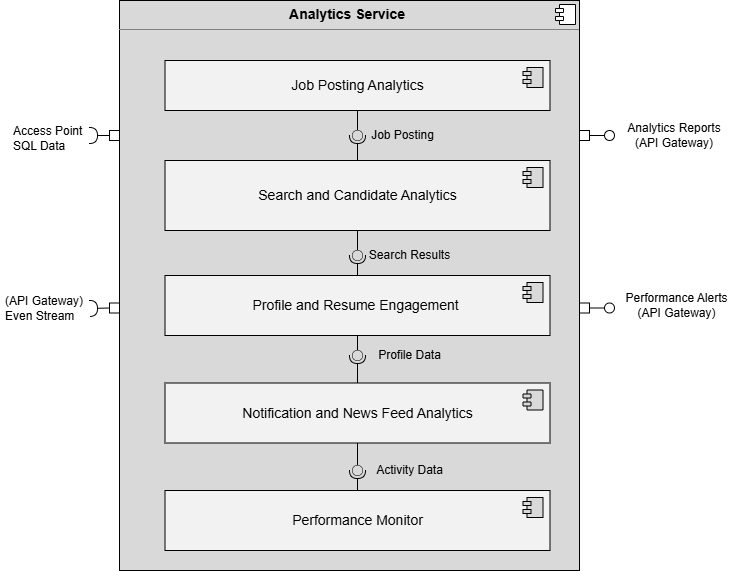
JmmonJeremy/CareerBound-SDD keeps this draw.io diagram as 04_QA_Review/Approved/Milestone_1_Component_Diagram/T5_Final_Subdiagram_AnalyticsService_Component.drawio.png. Above is the earlier version. Source tidied: cells renumbered, new cells last; positions are measured from the earlier drawing's top-left corner, leaving out a move shared by most shapes. Its diagram source:
```xml
<mxGraphModel>
  <root>
    <mxCell id="0" />
    <mxCell id="1" parent="0" />
    <mxCell id="2" style="ellipse;whiteSpace=wrap;html=1;align=center;fillColor=none;strokeColor=none;perimeter=centerPerimeter;" parent="1" vertex="1">
      <mxGeometry x="335" y="350" width="10" height="10" as="geometry" />
    </mxCell>
    <mxCell id="3" value="&lt;p style=&quot;margin:0px;margin-top:6px;text-align:center;&quot;&gt;&lt;b&gt;&lt;font style=&quot;font-size: 14px;&quot;&gt;Analytics Service&amp;nbsp;&lt;/font&gt;&lt;/b&gt;&lt;/p&gt;&lt;hr size=&quot;1&quot; style=&quot;border-style:solid;&quot;&gt;&lt;p style=&quot;margin:0px;margin-left:8px;&quot;&gt;&lt;br&gt;&lt;/p&gt;" style="align=left;overflow=fill;html=1;whiteSpace=wrap;fillColor=#D9D9D9;" parent="1" vertex="1">
      <mxGeometry x="120" width="460" height="570" as="geometry" />
    </mxCell>
    <mxCell id="4" style="shape=component;jettyWidth=8;jettyHeight=4;" parent="3" vertex="1">
      <mxGeometry x="1" width="20" height="20" relative="1" as="geometry">
        <mxPoint x="-24" y="4" as="offset" />
      </mxGeometry>
    </mxCell>
    <mxCell id="5" value="&lt;font style=&quot;font-size: 14px;&quot;&gt;Job Posting Analytics&lt;/font&gt;" style="html=1;whiteSpace=wrap;fillColor=#F2F2F2;" parent="1" vertex="1">
      <mxGeometry x="165.5" y="60" width="385" height="50" as="geometry" />
    </mxCell>
    <mxCell id="6" style="shape=module;jettyWidth=8;jettyHeight=4;fillColor=#D9D9D9;" parent="5" vertex="1">
      <mxGeometry x="1" width="20" height="20" relative="1" as="geometry">
        <mxPoint x="-27" y="7" as="offset" />
      </mxGeometry>
    </mxCell>
    <mxCell id="7" value="&lt;font style=&quot;font-size: 14px;&quot;&gt;Search and Candidate Analytics&lt;/font&gt;" style="html=1;whiteSpace=wrap;fillColor=#F2F2F2;" parent="1" vertex="1">
      <mxGeometry x="165.5" y="160" width="385" height="70" as="geometry" />
    </mxCell>
    <mxCell id="8" style="shape=module;jettyWidth=8;jettyHeight=4;fillColor=#D9D9D9;" parent="7" vertex="1">
      <mxGeometry x="1" width="20" height="20" relative="1" as="geometry">
        <mxPoint x="-27" y="7" as="offset" />
      </mxGeometry>
    </mxCell>
    <mxCell id="9" value="&lt;font style=&quot;font-size: 14px;&quot;&gt;Profile and Resume Engagement&amp;nbsp;&lt;/font&gt;" style="html=1;whiteSpace=wrap;fillColor=#F2F2F2;" parent="1" vertex="1">
      <mxGeometry x="165.5" y="275" width="385" height="60" as="geometry" />
    </mxCell>
    <mxCell id="10" style="shape=module;jettyWidth=8;jettyHeight=4;fillColor=#D9D9D9;" parent="9" vertex="1">
      <mxGeometry x="1" width="20" height="20" relative="1" as="geometry">
        <mxPoint x="-27" y="7" as="offset" />
      </mxGeometry>
    </mxCell>
    <mxCell id="11" value="&lt;font style=&quot;font-size: 14px;&quot;&gt;Notification and News Feed Analytics&lt;/font&gt;" style="html=1;whiteSpace=wrap;fillColor=#F2F2F2;" parent="1" vertex="1">
      <mxGeometry x="165.5" y="382.5" width="385" height="60" as="geometry" />
    </mxCell>
    <mxCell id="12" style="shape=module;jettyWidth=8;jettyHeight=4;fillColor=#D9D9D9;" parent="11" vertex="1">
      <mxGeometry x="1" width="20" height="20" relative="1" as="geometry">
        <mxPoint x="-27" y="7" as="offset" />
      </mxGeometry>
    </mxCell>
    <mxCell id="13" value="&lt;font style=&quot;font-size: 14px;&quot;&gt;Performance Monitor&lt;/font&gt;" style="html=1;whiteSpace=wrap;fillColor=#F2F2F2;" parent="1" vertex="1">
      <mxGeometry x="165.5" y="490" width="385" height="60" as="geometry" />
    </mxCell>
    <mxCell id="14" style="shape=module;jettyWidth=8;jettyHeight=4;fillColor=#D9D9D9;" parent="13" vertex="1">
      <mxGeometry x="1" width="20" height="20" relative="1" as="geometry">
        <mxPoint x="-27" y="7" as="offset" />
      </mxGeometry>
    </mxCell>
    <mxCell id="15" style="rounded=0;jettySize=auto;html=1;endArrow=halfCircle;endFill=0;endSize=6;strokeWidth=1;sketch=0;fontSize=12;curved=1;exitX=0;exitY=0.5;exitDx=0;exitDy=0;" parent="1" edge="1" source="26">
      <mxGeometry relative="1" as="geometry">
        <mxPoint x="90" y="135" as="targetPoint" />
      </mxGeometry>
    </mxCell>
    <mxCell id="16" style="rounded=0;jettySize=auto;html=1;endArrow=halfCircle;endFill=0;endSize=6;strokeWidth=1;sketch=0;fontSize=12;curved=1;exitX=0;exitY=0.5;exitDx=0;exitDy=0;" parent="1" edge="1" source="27">
      <mxGeometry relative="1" as="geometry">
        <mxPoint x="90" y="308" as="targetPoint" />
      </mxGeometry>
    </mxCell>
    <mxCell id="17" value="Access Point&amp;nbsp;&lt;div&gt;SQL Data&lt;/div&gt;" style="text;strokeColor=none;fillColor=none;align=left;verticalAlign=middle;spacingLeft=4;spacingRight=4;overflow=hidden;whiteSpace=wrap;html=1;" parent="1" vertex="1">
      <mxGeometry x="8" y="110" width="90" height="55" as="geometry" />
    </mxCell>
    <mxCell id="18" value="(API Gateway)&lt;div&gt;Even Stream&lt;/div&gt;" style="text;strokeColor=none;fillColor=none;align=left;verticalAlign=middle;spacingLeft=4;spacingRight=4;overflow=hidden;whiteSpace=wrap;html=1;" parent="1" vertex="1">
      <mxGeometry y="280" width="90" height="55" as="geometry" />
    </mxCell>
    <mxCell id="19" style="rounded=0;whiteSpace=wrap;html=1;" parent="1" vertex="1">
      <mxGeometry x="580" y="130" width="10" height="10" as="geometry" />
    </mxCell>
    <mxCell id="20" style="rounded=0;whiteSpace=wrap;html=1;" parent="1" vertex="1">
      <mxGeometry x="580" y="302.5" width="10" height="10" as="geometry" />
    </mxCell>
    <mxCell id="21" style="ellipse;whiteSpace=wrap;html=1;align=center;fillColor=none;strokeColor=none;perimeter=centerPerimeter;" parent="1" vertex="1">
      <mxGeometry x="610" y="130" width="10" height="10" as="geometry" />
    </mxCell>
    <mxCell id="22" style="ellipse;whiteSpace=wrap;html=1;align=center;fillColor=none;strokeColor=none;perimeter=centerPerimeter;" parent="1" vertex="1">
      <mxGeometry x="610" y="302.5" width="10" height="10" as="geometry" />
    </mxCell>
    <mxCell id="23" value="&lt;font&gt;Analytics Reports&lt;/font&gt;&lt;div&gt;&lt;font&gt;(API Gateway)&lt;/font&gt;&lt;/div&gt;" style="text;html=1;whiteSpace=wrap;strokeColor=none;fillColor=none;align=center;verticalAlign=middle;rounded=0;" parent="1" vertex="1">
      <mxGeometry x="610" y="120" width="130" height="30" as="geometry" />
    </mxCell>
    <mxCell id="24" value="&lt;font&gt;Performance Alerts&lt;/font&gt;&lt;div&gt;&lt;font&gt;(API Gateway)&lt;/font&gt;&lt;/div&gt;" style="text;html=1;whiteSpace=wrap;strokeColor=none;fillColor=none;align=center;verticalAlign=middle;rounded=0;" parent="1" vertex="1">
      <mxGeometry x="615" y="290" width="125" height="30" as="geometry" />
    </mxCell>
    <mxCell id="25" style="edgeStyle=none;curved=1;rounded=0;orthogonalLoop=1;jettySize=auto;html=1;exitX=0.5;exitY=1;exitDx=0;exitDy=0;fontSize=12;startSize=8;endSize=8;" parent="1" edge="1" source="24" target="24">
      <mxGeometry relative="1" as="geometry" />
    </mxCell>
    <mxCell id="26" style="rounded=0;whiteSpace=wrap;html=1;" parent="1" vertex="1">
      <mxGeometry x="110" y="130" width="10" height="10" as="geometry" />
    </mxCell>
    <mxCell id="27" style="rounded=0;whiteSpace=wrap;html=1;" parent="1" vertex="1">
      <mxGeometry x="110" y="302.5" width="10" height="10" as="geometry" />
    </mxCell>
    <mxCell id="28" style="rounded=0;jettySize=auto;html=1;endArrow=oval;endFill=0;sketch=0;sourcePerimeterSpacing=0;targetPerimeterSpacing=0;endSize=10;exitX=1;exitY=0.5;exitDx=0;exitDy=0;" parent="1" edge="1" source="19">
      <mxGeometry relative="1" as="geometry">
        <mxPoint x="610" y="135" as="targetPoint" />
      </mxGeometry>
    </mxCell>
    <mxCell id="29" style="ellipse;whiteSpace=wrap;html=1;align=center;fillColor=none;strokeColor=none;perimeter=centerPerimeter;" parent="1" vertex="1">
      <mxGeometry x="705" y="260" width="10" height="10" as="geometry" />
    </mxCell>
    <mxCell id="30" style="rounded=0;jettySize=auto;html=1;endArrow=oval;endFill=0;sketch=0;sourcePerimeterSpacing=0;targetPerimeterSpacing=0;endSize=10;exitX=1;exitY=0.5;exitDx=0;exitDy=0;fillColor=#D9D9D9;" parent="1" edge="1" source="20">
      <mxGeometry relative="1" as="geometry">
        <mxPoint x="610" y="307.5" as="targetPoint" />
      </mxGeometry>
    </mxCell>
    <mxCell id="31" style="rounded=0;jettySize=auto;html=1;endArrow=halfCircle;endFill=0;endSize=6;strokeWidth=1;sketch=0;exitX=0.5;exitY=0;exitDx=0;exitDy=0;" parent="1" edge="1" source="7" target="33">
      <mxGeometry relative="1" as="geometry" />
    </mxCell>
    <mxCell id="32" style="rounded=0;jettySize=auto;html=1;endArrow=oval;endFill=0;sketch=0;sourcePerimeterSpacing=0;targetPerimeterSpacing=0;endSize=10;exitX=0.5;exitY=1;exitDx=0;exitDy=0;" parent="1" edge="1" source="5" target="33">
      <mxGeometry relative="1" as="geometry" />
    </mxCell>
    <mxCell id="33" style="ellipse;whiteSpace=wrap;html=1;align=center;fillColor=#D9D9D9;strokeColor=none;perimeter=centerPerimeter;points=[];outlineConnect=1;" parent="1" vertex="1">
      <mxGeometry x="353" y="130" width="10" height="10" as="geometry" />
    </mxCell>
    <mxCell id="34" style="rounded=0;jettySize=auto;html=1;endArrow=halfCircle;endFill=0;endSize=6;strokeWidth=1;sketch=0;exitX=0.5;exitY=0;exitDx=0;exitDy=0;" parent="1" edge="1" source="9" target="36">
      <mxGeometry relative="1" as="geometry" />
    </mxCell>
    <mxCell id="35" style="rounded=0;jettySize=auto;html=1;endArrow=oval;endFill=0;sketch=0;sourcePerimeterSpacing=0;targetPerimeterSpacing=0;endSize=10;exitX=0.5;exitY=1;exitDx=0;exitDy=0;" parent="1" edge="1" source="7" target="36">
      <mxGeometry relative="1" as="geometry" />
    </mxCell>
    <mxCell id="36" style="ellipse;whiteSpace=wrap;html=1;align=center;fillColor=#D9D9D9;strokeColor=none;perimeter=centerPerimeter;points=[];outlineConnect=1;" parent="1" vertex="1">
      <mxGeometry x="353" y="250" width="10" height="10" as="geometry" />
    </mxCell>
    <mxCell id="37" style="rounded=0;jettySize=auto;html=1;endArrow=halfCircle;endFill=0;endSize=6;strokeWidth=1;sketch=0;exitX=0.5;exitY=0;exitDx=0;exitDy=0;" parent="1" edge="1" source="11" target="39">
      <mxGeometry relative="1" as="geometry" />
    </mxCell>
    <mxCell id="38" style="rounded=0;jettySize=auto;html=1;endArrow=oval;endFill=0;sketch=0;sourcePerimeterSpacing=0;targetPerimeterSpacing=0;endSize=10;exitX=0.5;exitY=1;exitDx=0;exitDy=0;" parent="1" edge="1" source="9" target="39">
      <mxGeometry relative="1" as="geometry" />
    </mxCell>
    <mxCell id="39" style="ellipse;whiteSpace=wrap;html=1;align=center;fillColor=#D9D9D9;strokeColor=none;perimeter=centerPerimeter;points=[];outlineConnect=1;" parent="1" vertex="1">
      <mxGeometry x="353" y="350" width="10" height="10" as="geometry" />
    </mxCell>
    <mxCell id="40" style="rounded=0;jettySize=auto;html=1;endArrow=halfCircle;endFill=0;endSize=6;strokeWidth=1;sketch=0;exitX=0.5;exitY=0;exitDx=0;exitDy=0;" parent="1" edge="1" source="13" target="42">
      <mxGeometry relative="1" as="geometry" />
    </mxCell>
    <mxCell id="41" style="rounded=0;jettySize=auto;html=1;endArrow=oval;endFill=0;sketch=0;sourcePerimeterSpacing=0;targetPerimeterSpacing=0;endSize=10;exitX=0.5;exitY=1;exitDx=0;exitDy=0;" parent="1" edge="1" source="11" target="42">
      <mxGeometry relative="1" as="geometry" />
    </mxCell>
    <mxCell id="42" style="ellipse;whiteSpace=wrap;html=1;align=center;fillColor=#D9D9D9;strokeColor=none;perimeter=centerPerimeter;points=[];outlineConnect=1;" parent="1" vertex="1">
      <mxGeometry x="353" y="465" width="10" height="10" as="geometry" />
    </mxCell>
    <mxCell id="43" value="&lt;font style=&quot;font-weight: normal;&quot;&gt;Job Posting&lt;/font&gt;" style="text;align=center;fontStyle=1;verticalAlign=middle;spacingLeft=3;spacingRight=3;strokeColor=none;html=1;" parent="1" vertex="1">
      <mxGeometry x="363" y="122" width="80" height="26" as="geometry" />
    </mxCell>
    <mxCell id="44" value="&lt;font style=&quot;font-weight: normal;&quot;&gt;Search Results&lt;/font&gt;" style="text;align=center;fontStyle=1;verticalAlign=middle;spacingLeft=3;spacingRight=3;strokeColor=none;html=1;" parent="1" vertex="1">
      <mxGeometry x="370" y="242" width="80" height="26" as="geometry" />
    </mxCell>
    <mxCell id="45" value="&lt;font style=&quot;font-weight: normal;&quot;&gt;Profile Data&lt;/font&gt;" style="text;align=center;fontStyle=1;verticalAlign=middle;spacingLeft=3;spacingRight=3;strokeColor=none;html=1;" parent="1" vertex="1">
      <mxGeometry x="370" y="342" width="80" height="26" as="geometry" />
    </mxCell>
    <mxCell id="46" value="&lt;font style=&quot;font-weight: normal;&quot;&gt;Activity Data&lt;/font&gt;" style="text;align=center;fontStyle=1;verticalAlign=middle;spacingLeft=3;spacingRight=3;strokeColor=none;html=1;" parent="1" vertex="1">
      <mxGeometry x="370" y="457" width="80" height="26" as="geometry" />
    </mxCell>
  </root>
</mxGraphModel>
```
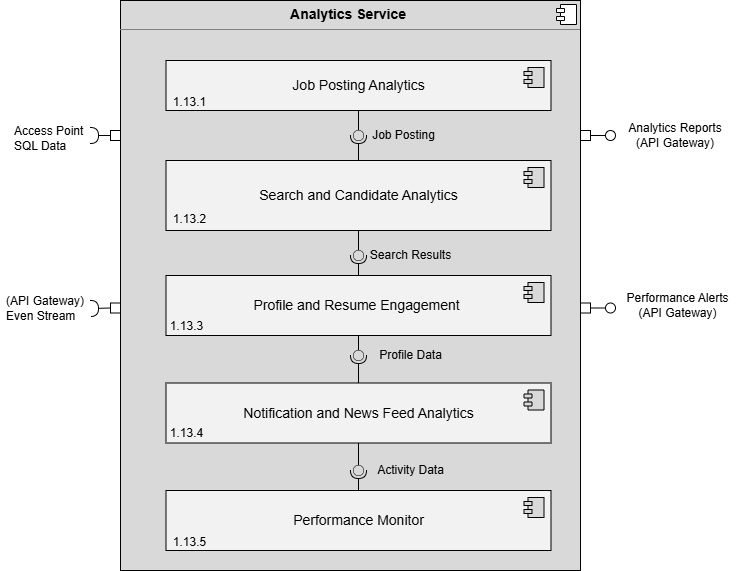
The same diagram one commit later.

Change to the diagram source:
```diff
@@ -157,5 +157,20 @@
     <mxCell id="46" value="&lt;font style=&quot;font-weight: normal;&quot;&gt;Activity Data&lt;/font&gt;" style="text;align=center;fontStyle=1;verticalAlign=middle;spacingLeft=3;spacingRight=3;strokeColor=none;html=1;" parent="1" vertex="1">
       <mxGeometry x="370" y="457" width="80" height="26" as="geometry" />
     </mxCell>
+    <mxCell id="47" value="&lt;span style=&quot;font-weight: normal;&quot;&gt;1.13.1&lt;/span&gt;" style="text;align=center;fontStyle=1;verticalAlign=middle;spacingLeft=3;spacingRight=3;strokeColor=none;html=1;" parent="1" vertex="1">
+      <mxGeometry x="149" y="89" width="80" height="26" as="geometry" />
+    </mxCell>
+    <mxCell id="48" value="&lt;span style=&quot;font-weight: normal;&quot;&gt;1.13.2&lt;/span&gt;" style="text;align=center;fontStyle=1;verticalAlign=middle;spacingLeft=3;spacingRight=3;strokeColor=none;html=1;" parent="1" vertex="1">
+      <mxGeometry x="149" y="206" width="80" height="26" as="geometry" />
+    </mxCell>
+    <mxCell id="49" value="&lt;span style=&quot;font-weight: normal;&quot;&gt;1.13.3&lt;/span&gt;" style="text;align=center;fontStyle=1;verticalAlign=middle;spacingLeft=3;spacingRight=3;strokeColor=none;html=1;" parent="1" vertex="1">
+      <mxGeometry x="146" y="312.5" width="80" height="26" as="geometry" />
+    </mxCell>
+    <mxCell id="50" value="&lt;span style=&quot;font-weight: normal;&quot;&gt;1.13.4&lt;/span&gt;" style="text;align=center;fontStyle=1;verticalAlign=middle;spacingLeft=3;spacingRight=3;strokeColor=none;html=1;" parent="1" vertex="1">
+      <mxGeometry x="146" y="420" width="80" height="26" as="geometry" />
+    </mxCell>
+    <mxCell id="51" value="&lt;span style=&quot;font-weight: normal;&quot;&gt;1.13.5&lt;/span&gt;" style="text;align=center;fontStyle=1;verticalAlign=middle;spacingLeft=3;spacingRight=3;strokeColor=none;html=1;" parent="1" vertex="1">
+      <mxGeometry x="149" y="529" width="80" height="26" as="geometry" />
+    </mxCell>
   </root>
 </mxGraphModel>
```
